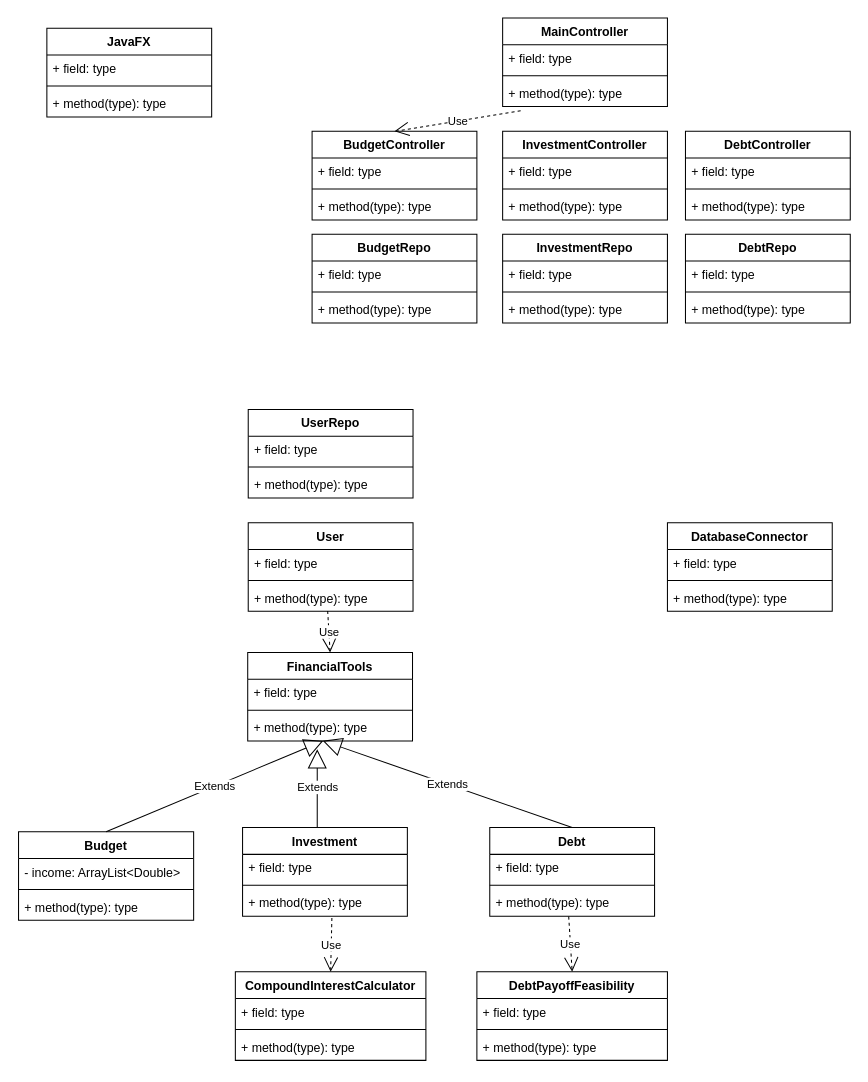
Before: docs/uml/class-diagram.drawio in yattayattamatata/Trajectory, a draw.io diagram. Source tidied: cells renumbered, new cells numbered last; positions are measured from the earlier drawing's top-left corner, leaving out a move shared by most shapes. Both pictures are drawn from the tidied source at 103%, with x=0, y=0 at pixel (18, 18).
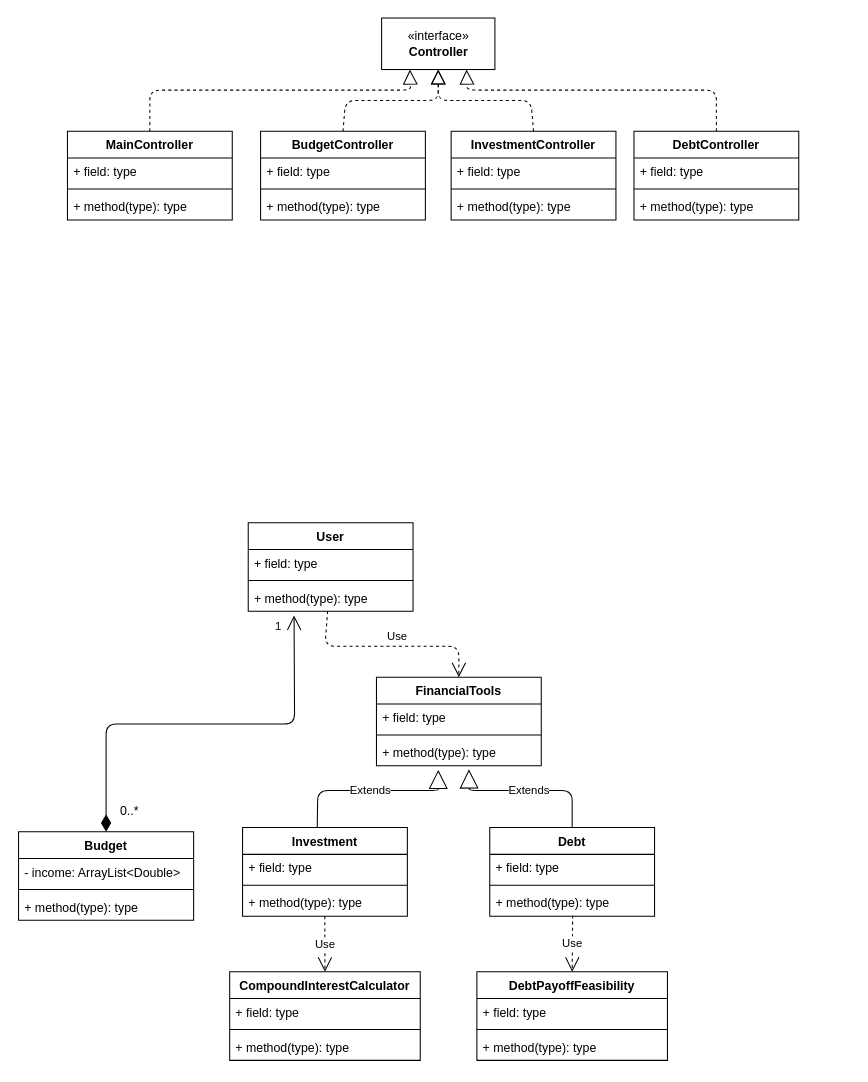
Above is the later version.

The change refers to these unchanged cells:
```xml
<mxCell id="5" value="+ method(type): type" style="text;strokeColor=none;fillColor=none;align=left;verticalAlign=top;spacingLeft=4;spacingRight=4;overflow=hidden;points=[[0,0.5],[1,0.5]];portConstraint=eastwest;" parent="2" vertex="1">
  <mxGeometry y="60" width="160" height="26" as="geometry" />
</mxCell>
<mxCell id="6" value="Budget" style="swimlane;fontStyle=1;align=center;verticalAlign=top;horizontal=1;startSize=26;" parent="1" vertex="1">
  <mxGeometry x="0.5" y="790" width="170" height="86" as="geometry" />
</mxCell>
<mxCell id="13" value="+ method(type): type" style="text;strokeColor=none;fillColor=none;align=left;verticalAlign=top;spacingLeft=4;spacingRight=4;overflow=hidden;points=[[0,0.5],[1,0.5]];portConstraint=eastwest;" parent="10" vertex="1">
  <mxGeometry y="60" width="160" height="26" as="geometry" />
</mxCell>
<mxCell id="14" value="Debt" style="swimlane;fontStyle=1;align=center;verticalAlign=top;horizontal=1;startSize=26;" parent="1" vertex="1">
  <mxGeometry x="458" y="786" width="160" height="86" as="geometry" />
</mxCell>
<mxCell id="17" value="+ method(type): type" style="text;strokeColor=none;fillColor=none;align=left;verticalAlign=top;spacingLeft=4;spacingRight=4;overflow=hidden;points=[[0,0.5],[1,0.5]];portConstraint=eastwest;" parent="14" vertex="1">
  <mxGeometry y="60" width="160" height="26" as="geometry" />
</mxCell>
<mxCell id="23" value="DebtPayoffFeasibility" style="swimlane;fontStyle=1;align=center;verticalAlign=top;horizontal=1;startSize=26;" parent="1" vertex="1">
  <mxGeometry x="445.5" y="926" width="185" height="86" as="geometry" />
</mxCell>
<mxCell id="52" value="+ method(type): type" style="text;strokeColor=none;fillColor=none;align=left;verticalAlign=top;spacingLeft=4;spacingRight=4;overflow=hidden;points=[[0,0.5],[1,0.5]];portConstraint=eastwest;" parent="49" vertex="1">
  <mxGeometry y="60" width="160" height="26" as="geometry" />
</mxCell>
```

Change to the diagram source:
```diff
@@
     <mxCell id="2" value="FinancialTools" style="swimlane;fontStyle=1;align=center;verticalAlign=top;horizontal=1;startSize=26;" parent="1" vertex="1">
-      <mxGeometry x="223" y="616" width="160" height="86" as="geometry" />
+      <mxGeometry x="348" y="640" width="160" height="86" as="geometry" />
     </mxCell>
@@
-    <mxCell id="7" value="- income: ArrayList&lt;Double&gt;" style="text;strokeColor=none;fillColor=none;align=left;verticalAlign=top;spacingLeft=4;spacingRight=4;overflow=hidden;" parent="6" vertex="1">
+    <mxCell id="7" value="- income: ArrayList&lt;Double&gt;&#10;" style="text;strokeColor=none;fillColor=none;align=left;verticalAlign=top;spacingLeft=4;spacingRight=4;overflow=hidden;" parent="6" vertex="1">
       <mxGeometry y="26" width="170" height="26" as="geometry" />
     </mxCell>
@@
     <mxCell id="18" value="CompoundInterestCalculator" style="swimlane;fontStyle=1;align=center;verticalAlign=top;horizontal=1;startSize=26;" parent="1" vertex="1">
-      <mxGeometry x="211" y="926" width="185" height="86" as="geometry" />
+      <mxGeometry x="205.5" y="926" width="185" height="86" as="geometry" />
     </mxCell>
@@
-    <mxCell id="22" value="Use" style="endArrow=open;endSize=12;dashed=1;html=1;exitX=0.542;exitY=1.064;exitDx=0;exitDy=0;exitPerimeter=0;entryX=0.5;entryY=0;entryDx=0;entryDy=0;" parent="1" edge="1" source="13" target="18">
+    <mxCell id="22" value="Use" style="endArrow=open;endSize=12;dashed=1;html=1;entryX=0.5;entryY=0;entryDx=0;entryDy=0;exitX=0.499;exitY=0.996;exitDx=0;exitDy=0;exitPerimeter=0;" parent="1" edge="1" source="13" target="18">
       <mxGeometry x="-0.01" relative="1" as="geometry" />
     </mxCell>
@@
-    <mxCell id="27" value="Use" style="endArrow=open;endSize=12;dashed=1;html=1;entryX=0.5;entryY=0;entryDx=0;entryDy=0;exitX=0.479;exitY=1.013;exitDx=0;exitDy=0;exitPerimeter=0;" parent="1" edge="1" source="17" target="23">
+    <mxCell id="27" value="Use" style="endArrow=open;endSize=12;dashed=1;html=1;entryX=0.5;entryY=0;entryDx=0;entryDy=0;exitX=0.503;exitY=0.97;exitDx=0;exitDy=0;exitPerimeter=0;" parent="1" edge="1" source="17" target="23">
       <mxGeometry x="-0.01" relative="1" as="geometry" />
     </mxCell>
     <mxCell id="28" value="MainController" style="swimlane;fontStyle=1;align=center;verticalAlign=top;horizontal=1;startSize=26;" parent="1" vertex="1">
-      <mxGeometry x="470.5" width="160" height="86" as="geometry" />
+      <mxGeometry x="48" y="110" width="160" height="86" as="geometry" />
     </mxCell>
@@
     <mxCell id="32" value="BudgetController" style="swimlane;fontStyle=1;align=center;verticalAlign=top;horizontal=1;startSize=26;" parent="1" vertex="1">
-      <mxGeometry x="285.5" y="110" width="160" height="86" as="geometry" />
+      <mxGeometry x="235.5" y="110" width="160" height="86" as="geometry" />
     </mxCell>
@@
     <mxCell id="36" value="InvestmentController" style="swimlane;fontStyle=1;align=center;verticalAlign=top;horizontal=1;startSize=26;" parent="1" vertex="1">
-      <mxGeometry x="470.5" y="110" width="160" height="86" as="geometry" />
+      <mxGeometry x="420.5" y="110" width="160" height="86" as="geometry" />
     </mxCell>
@@
     <mxCell id="40" value="DebtController" style="swimlane;fontStyle=1;align=center;verticalAlign=top;horizontal=1;startSize=26;" parent="1" vertex="1">
-      <mxGeometry x="648" y="110" width="160" height="86" as="geometry" />
+      <mxGeometry x="598" y="110" width="160" height="86" as="geometry" />
     </mxCell>
@@
-    <mxCell id="44" value="Use" style="endArrow=open;endSize=12;dashed=1;html=1;entryX=0.5;entryY=0;entryDx=0;entryDy=0;" parent="1" edge="1" target="32">
-      <mxGeometry relative="1" as="geometry">
-        <mxPoint x="488" y="90" as="sourcePoint" />
-      </mxGeometry>
-    </mxCell>
-    <mxCell id="45" value="DatabaseConnector" style="swimlane;fontStyle=1;align=center;verticalAlign=top;horizontal=1;startSize=26;" parent="1" vertex="1">
-      <mxGeometry x="630.5" y="490" width="160" height="86" as="geometry" />
-    </mxCell>
-    <mxCell id="46" value="+ field: type" style="text;strokeColor=none;fillColor=none;align=left;verticalAlign=top;spacingLeft=4;spacingRight=4;overflow=hidden;" parent="45" vertex="1">
-      <mxGeometry y="26" width="160" height="26" as="geometry" />
-    </mxCell>
-    <mxCell id="47" style="line;strokeWidth=1;fillColor=none;align=left;verticalAlign=middle;spacingTop=-1;spacingLeft=3;spacingRight=3;labelPosition=right;strokeColor=inherit;" parent="45" vertex="1">
-      <mxGeometry y="52" width="160" height="8" as="geometry" />
-    </mxCell>
-    <mxCell id="48" value="+ method(type): type" style="text;strokeColor=none;fillColor=none;align=left;verticalAlign=top;spacingLeft=4;spacingRight=4;overflow=hidden;" parent="45" vertex="1">
-      <mxGeometry y="60" width="160" height="26" as="geometry" />
-    </mxCell>
@@
-    <mxCell id="53" value="Extends" style="endArrow=block;endSize=16;endFill=0;html=1;entryX=0.459;entryY=0.987;entryDx=0;entryDy=0;entryPerimeter=0;exitX=0.5;exitY=0;exitDx=0;exitDy=0;" parent="1" edge="1" source="6" target="5">
-      <mxGeometry relative="1" as="geometry" />
-    </mxCell>
     <mxCell id="54" value="Extends" style="endArrow=block;endSize=16;endFill=0;html=1;" parent="1" edge="1">
       <mxGeometry relative="1" as="geometry">
         <mxPoint x="290.5" y="785.3" as="sourcePoint" />
-        <mxPoint x="290.5" y="710" as="targetPoint" />
+        <mxPoint x="408" y="730" as="targetPoint" />
+        <Array as="points">
+          <mxPoint x="291" y="750" />
+          <mxPoint x="408" y="750" />
+        </Array>
       </mxGeometry>
     </mxCell>
-    <mxCell id="55" value="Extends" style="endArrow=block;endSize=16;endFill=0;html=1;entryX=0.455;entryY=0.987;entryDx=0;entryDy=0;entryPerimeter=0;exitX=0.5;exitY=0;exitDx=0;exitDy=0;" parent="1" edge="1" source="14" target="5">
-      <mxGeometry relative="1" as="geometry" />
+    <mxCell id="55" value="Extends" style="endArrow=block;endSize=16;endFill=0;html=1;entryX=0.561;entryY=1.133;entryDx=0;entryDy=0;entryPerimeter=0;exitX=0.5;exitY=0;exitDx=0;exitDy=0;" parent="1" edge="1" source="14" target="5">
+      <mxGeometry relative="1" as="geometry">
+        <Array as="points">
+          <mxPoint x="538" y="750" />
+          <mxPoint x="438" y="750" />
+        </Array>
+      </mxGeometry>
     </mxCell>
     <mxCell id="56" value="Use" style="endArrow=open;endSize=12;dashed=1;html=1;exitX=0.482;exitY=0.987;exitDx=0;exitDy=0;exitPerimeter=0;entryX=0.5;entryY=0;entryDx=0;entryDy=0;" parent="1" edge="1" source="52" target="2">
-      <mxGeometry relative="1" as="geometry" />
+      <mxGeometry x="0.07" y="10" relative="1" as="geometry">
+        <Array as="points">
+          <mxPoint x="298" y="610" />
+          <mxPoint x="428" y="610" />
+        </Array>
+      </mxGeometry>
     </mxCell>
-    <mxCell id="57" value="UserRepo" style="swimlane;fontStyle=1;align=center;verticalAlign=top;horizontal=1;startSize=26;" parent="1" vertex="1">
-      <mxGeometry x="223.5" y="380" width="160" height="86" as="geometry" />
-    </mxCell>
-    <mxCell id="58" value="+ field: type" style="text;strokeColor=none;fillColor=none;align=left;verticalAlign=top;spacingLeft=4;spacingRight=4;overflow=hidden;" parent="57" vertex="1">
-      <mxGeometry y="26" width="160" height="26" as="geometry" />
-    </mxCell>
-    <mxCell id="59" style="line;strokeWidth=1;fillColor=none;align=left;verticalAlign=middle;spacingTop=-1;spacingLeft=3;spacingRight=3;labelPosition=right;strokeColor=inherit;" parent="57" vertex="1">
-      <mxGeometry y="52" width="160" height="8" as="geometry" />
-    </mxCell>
-    <mxCell id="60" value="+ method(type): type" style="text;strokeColor=none;fillColor=none;align=left;verticalAlign=top;spacingLeft=4;spacingRight=4;overflow=hidden;" parent="57" vertex="1">
-      <mxGeometry y="60" width="160" height="26" as="geometry" />
-    </mxCell>
-    <mxCell id="61" value="BudgetRepo" style="swimlane;fontStyle=1;align=center;verticalAlign=top;horizontal=1;startSize=26;" parent="1" vertex="1">
-      <mxGeometry x="285.5" y="210" width="160" height="86" as="geometry" />
-    </mxCell>
-    <mxCell id="62" value="+ field: type" style="text;strokeColor=none;fillColor=none;align=left;verticalAlign=top;spacingLeft=4;spacingRight=4;overflow=hidden;" parent="61" vertex="1">
-      <mxGeometry y="26" width="160" height="26" as="geometry" />
-    </mxCell>
-    <mxCell id="63" style="line;strokeWidth=1;fillColor=none;align=left;verticalAlign=middle;spacingTop=-1;spacingLeft=3;spacingRight=3;labelPosition=right;strokeColor=inherit;" parent="61" vertex="1">
-      <mxGeometry y="52" width="160" height="8" as="geometry" />
-    </mxCell>
-    <mxCell id="64" value="+ method(type): type" style="text;strokeColor=none;fillColor=none;align=left;verticalAlign=top;spacingLeft=4;spacingRight=4;overflow=hidden;" parent="61" vertex="1">
-      <mxGeometry y="60" width="160" height="26" as="geometry" />
-    </mxCell>
-    <mxCell id="65" value="InvestmentRepo" style="swimlane;fontStyle=1;align=center;verticalAlign=top;horizontal=1;startSize=26;" parent="1" vertex="1">
-      <mxGeometry x="470.5" y="210" width="160" height="86" as="geometry" />
-    </mxCell>
-    <mxCell id="66" value="+ field: type" style="text;strokeColor=none;fillColor=none;align=left;verticalAlign=top;spacingLeft=4;spacingRight=4;overflow=hidden;" parent="65" vertex="1">
-      <mxGeometry y="26" width="160" height="26" as="geometry" />
-    </mxCell>
-    <mxCell id="67" style="line;strokeWidth=1;fillColor=none;align=left;verticalAlign=middle;spacingTop=-1;spacingLeft=3;spacingRight=3;labelPosition=right;strokeColor=inherit;" parent="65" vertex="1">
-      <mxGeometry y="52" width="160" height="8" as="geometry" />
-    </mxCell>
-    <mxCell id="68" value="+ method(type): type" style="text;strokeColor=none;fillColor=none;align=left;verticalAlign=top;spacingLeft=4;spacingRight=4;overflow=hidden;" parent="65" vertex="1">
-      <mxGeometry y="60" width="160" height="26" as="geometry" />
-    </mxCell>
-    <mxCell id="69" value="DebtRepo" style="swimlane;fontStyle=1;align=center;verticalAlign=top;horizontal=1;startSize=26;" parent="1" vertex="1">
-      <mxGeometry x="648" y="210" width="160" height="86" as="geometry" />
-    </mxCell>
-    <mxCell id="70" value="+ field: type" style="text;strokeColor=none;fillColor=none;align=left;verticalAlign=top;spacingLeft=4;spacingRight=4;overflow=hidden;" parent="69" vertex="1">
-      <mxGeometry y="26" width="160" height="26" as="geometry" />
-    </mxCell>
-    <mxCell id="71" style="line;strokeWidth=1;fillColor=none;align=left;verticalAlign=middle;spacingTop=-1;spacingLeft=3;spacingRight=3;labelPosition=right;strokeColor=inherit;" parent="69" vertex="1">
-      <mxGeometry y="52" width="160" height="8" as="geometry" />
-    </mxCell>
-    <mxCell id="72" value="+ method(type): type" style="text;strokeColor=none;fillColor=none;align=left;verticalAlign=top;spacingLeft=4;spacingRight=4;overflow=hidden;" parent="69" vertex="1">
-      <mxGeometry y="60" width="160" height="26" as="geometry" />
-    </mxCell>
-    <mxCell id="73" value="JavaFX" style="swimlane;fontStyle=1;align=center;verticalAlign=top;horizontal=1;startSize=26;" parent="1" vertex="1">
-      <mxGeometry x="28" y="10" width="160" height="86" as="geometry" />
-    </mxCell>
-    <mxCell id="74" value="+ field: type" style="text;strokeColor=none;fillColor=none;align=left;verticalAlign=top;spacingLeft=4;spacingRight=4;overflow=hidden;" parent="73" vertex="1">
-      <mxGeometry y="26" width="160" height="26" as="geometry" />
-    </mxCell>
-    <mxCell id="75" style="line;strokeWidth=1;fillColor=none;align=left;verticalAlign=middle;spacingTop=-1;spacingLeft=3;spacingRight=3;labelPosition=right;strokeColor=inherit;" parent="73" vertex="1">
-      <mxGeometry y="52" width="160" height="8" as="geometry" />
-    </mxCell>
-    <mxCell id="76" value="+ method(type): type" style="text;strokeColor=none;fillColor=none;align=left;verticalAlign=top;spacingLeft=4;spacingRight=4;overflow=hidden;" parent="73" vertex="1">
-      <mxGeometry y="60" width="160" height="26" as="geometry" />
-    </mxCell>
+    <mxCell id="77" value="1" style="endArrow=open;html=1;endSize=12;startArrow=diamondThin;startSize=14;startFill=1;edgeStyle=orthogonalEdgeStyle;align=left;verticalAlign=bottom;exitX=0.5;exitY=0;exitDx=0;exitDy=0;" parent="1" edge="1" source="6">
+      <mxGeometry x="0.9" y="20" relative="1" as="geometry">
+        <mxPoint x="268" y="580" as="targetPoint" />
+      </mxGeometry>
+    </mxCell>
+    <mxCell id="78" value="0..*" style="text;html=1;align=center;verticalAlign=middle;strokeColor=none;fillColor=none;" parent="1" vertex="1">
+      <mxGeometry x="88" y="755" width="40" height="30" as="geometry" />
+    </mxCell>
+    <mxCell id="79" value="«interface»&lt;br&gt;&lt;b&gt;Controller&lt;br&gt;&lt;/b&gt;" style="html=1;" parent="1" vertex="1">
+      <mxGeometry x="353" width="110" height="50" as="geometry" />
+    </mxCell>
+    <mxCell id="80" style="endArrow=block;dashed=1;endFill=0;endSize=12;html=1;exitX=0.5;exitY=0;exitDx=0;exitDy=0;entryX=0.25;entryY=1;entryDx=0;entryDy=0;" parent="1" edge="1" source="28" target="79">
+      <mxGeometry relative="1" as="geometry">
+        <Array as="points">
+          <mxPoint x="128" y="70" />
+          <mxPoint x="381" y="70" />
+        </Array>
+      </mxGeometry>
+    </mxCell>
+    <mxCell id="81" style="endArrow=block;dashed=1;endFill=0;endSize=12;html=1;entryX=0.5;entryY=1;entryDx=0;entryDy=0;exitX=0.5;exitY=0;exitDx=0;exitDy=0;" parent="1" edge="1" source="32" target="79">
+      <mxGeometry relative="1" as="geometry">
+        <Array as="points">
+          <mxPoint x="318" y="80" />
+          <mxPoint x="408" y="80" />
+        </Array>
+      </mxGeometry>
+    </mxCell>
+    <mxCell id="82" style="endArrow=block;dashed=1;endFill=0;endSize=12;html=1;exitX=0.5;exitY=0;exitDx=0;exitDy=0;" parent="1" edge="1" source="36">
+      <mxGeometry relative="1" as="geometry">
+        <mxPoint x="408" y="50" as="targetPoint" />
+        <Array as="points">
+          <mxPoint x="498" y="80" />
+          <mxPoint x="408" y="80" />
+        </Array>
+      </mxGeometry>
+    </mxCell>
+    <mxCell id="83" style="endArrow=block;dashed=1;endFill=0;endSize=12;html=1;exitX=0.5;exitY=0;exitDx=0;exitDy=0;entryX=0.75;entryY=1;entryDx=0;entryDy=0;" parent="1" edge="1" source="40" target="79">
+      <mxGeometry relative="1" as="geometry">
+        <Array as="points">
+          <mxPoint x="678" y="70" />
+          <mxPoint x="436" y="70" />
+        </Array>
+      </mxGeometry>
+    </mxCell>
```
